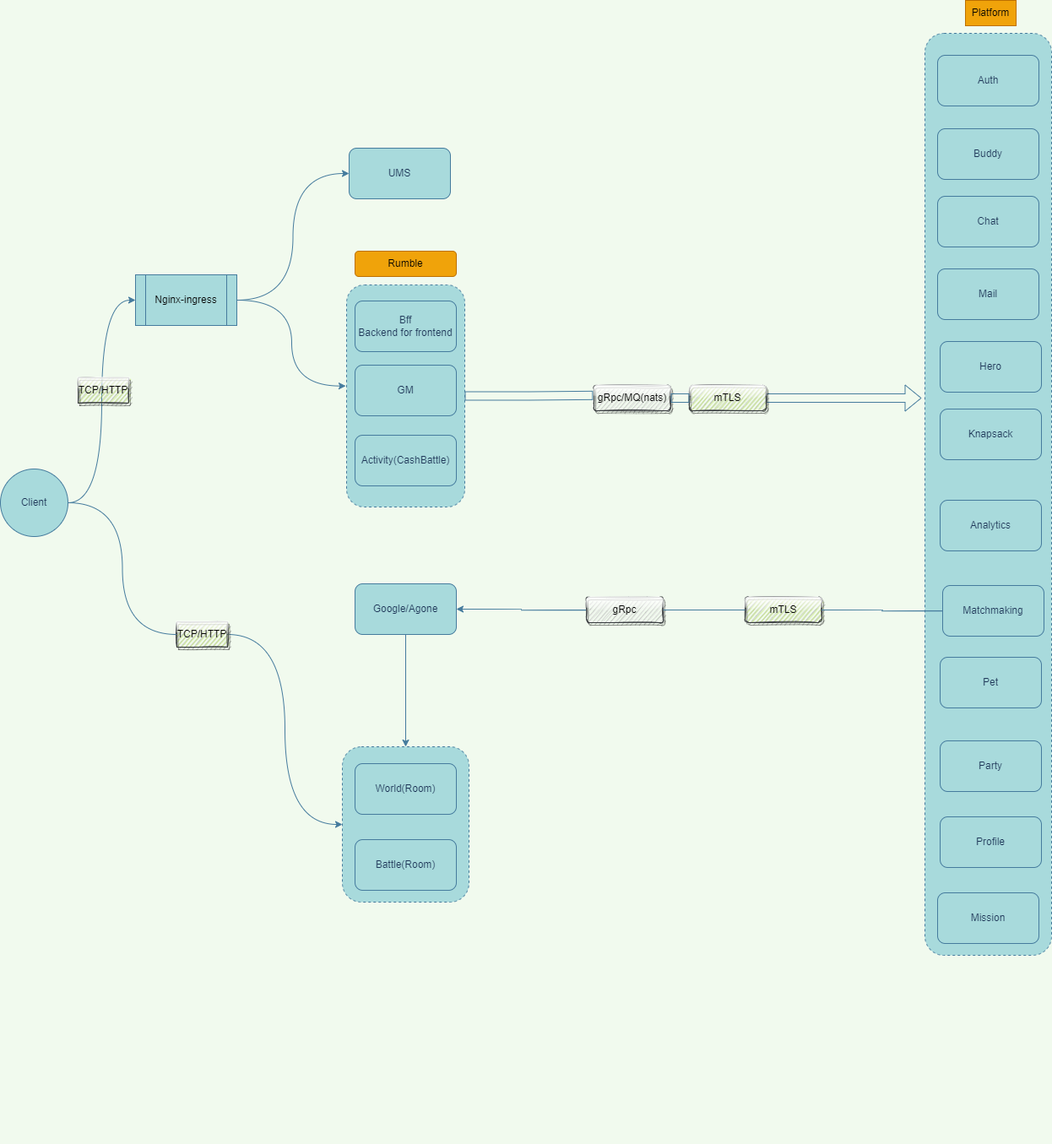
Above: draws/moke.drawio.png in moke-game/ops (draw.io), before the change. Source tidied: cells renumbered, new cells last; positions are measured from the earlier drawing's top-left corner, leaving out a move shared by most shapes.
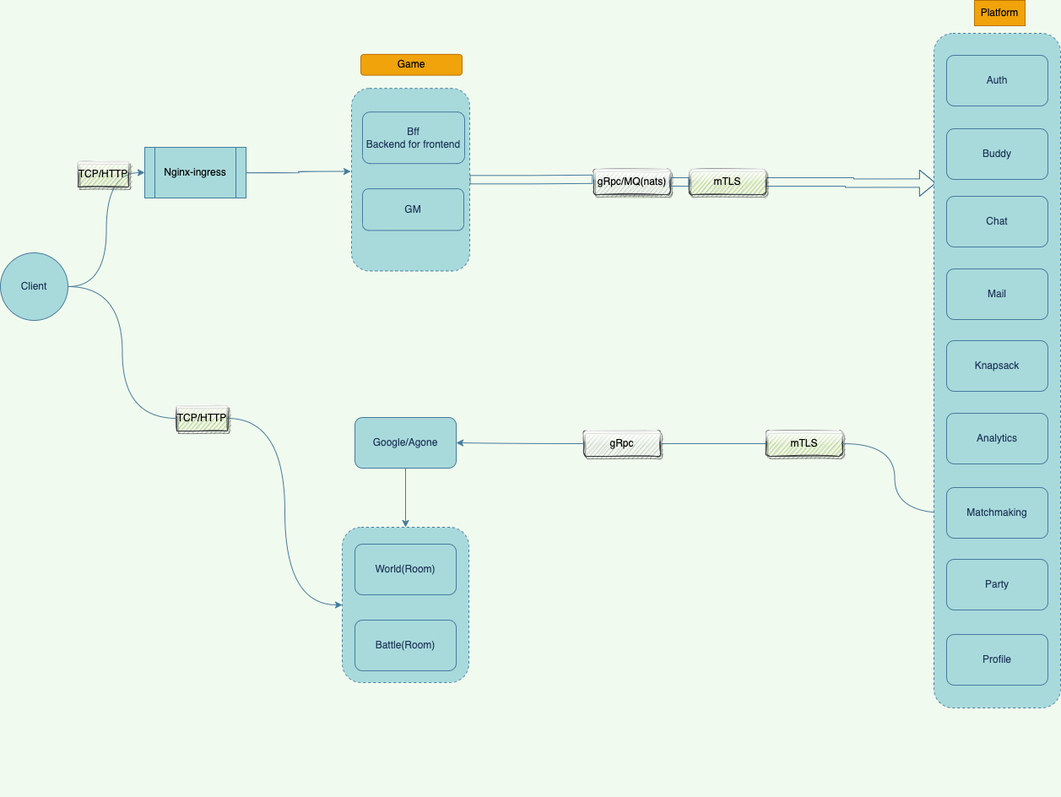
The same file after the commit.

Commit message:
create(ops): add moke game ops

The edit, as a diff of the source:
```diff
@@ -2,77 +2,23 @@
   <root>
     <mxCell id="0" />
     <mxCell id="1" parent="0" />
-    <mxCell id="2" style="edgeStyle=orthogonalEdgeStyle;shape=flexArrow;curved=1;rounded=0;jettySize=auto;html=1;strokeColor=#457B9D;fontColor=#1D3557;labelBackgroundColor=#F1FAEE;startArrow=none;" parent="1" edge="1" source="44">
+    <mxCell id="2" style="edgeStyle=orthogonalEdgeStyle;shape=flexArrow;curved=1;rounded=0;jettySize=auto;html=1;strokeColor=#457B9D;fontColor=#1D3557;labelBackgroundColor=#F1FAEE;startArrow=none;entryX=0.016;entryY=0.222;entryDx=0;entryDy=0;entryPerimeter=0;" parent="1" edge="1" source="44" target="10">
       <mxGeometry relative="1" as="geometry">
-        <mxPoint x="1091" y="471" as="targetPoint" />
+        <Array as="points">
+          <mxPoint x="1006" y="573" />
+          <mxPoint x="1006" y="574" />
+        </Array>
       </mxGeometry>
     </mxCell>
-    <mxCell id="3" style="rounded=1;whiteSpace=wrap;html=1;dashed=1;fillColor=#A8DADC;strokeColor=#457B9D;fontColor=#1D3557;" parent="1" vertex="1">
-      <mxGeometry x="410" y="337" width="140" height="263" as="geometry" />
-    </mxCell>
-    <mxCell id="4" value="Bff&lt;br&gt;Backend for frontend&lt;b&gt;&lt;br&gt;&lt;/b&gt;" style="rounded=1;whiteSpace=wrap;html=1;fillColor=#A8DADC;strokeColor=#457B9D;fontColor=#1D3557;" parent="1" vertex="1">
-      <mxGeometry x="420" y="356" width="120" height="60" as="geometry" />
-    </mxCell>
-    <mxCell id="5" value="Rumble" style="text;html=1;strokeColor=#BD7000;fillColor=#f0a30a;align=center;verticalAlign=middle;whiteSpace=wrap;rounded=1;fontColor=#000000;" parent="1" vertex="1">
-      <mxGeometry x="420" y="297" width="120" height="30" as="geometry" />
-    </mxCell>
     <mxCell id="6" style="edgeStyle=orthogonalEdgeStyle;rounded=0;jettySize=auto;html=1;entryX=0;entryY=0.5;entryDx=0;entryDy=0;fontColor=#1D3557;strokeColor=#457B9D;curved=1;labelBackgroundColor=#F1FAEE;" parent="1" edge="1" source="7" target="30">
       <mxGeometry relative="1" as="geometry" />
     </mxCell>
     <mxCell id="7" value="Client" style="ellipse;whiteSpace=wrap;html=1;fillColor=#A8DADC;strokeColor=#457B9D;fontColor=#1D3557;rounded=1;" parent="1" vertex="1">
-      <mxGeometry y="555" width="80" height="80" as="geometry" />
+      <mxGeometry y="657" width="80" height="80" as="geometry" />
     </mxCell>
-    <mxCell id="8" value="GM" style="rounded=1;whiteSpace=wrap;html=1;fillColor=#A8DADC;fontColor=#1D3557;strokeColor=#457B9D;" parent="1" vertex="1">
-      <mxGeometry x="420" y="432" width="120" height="60" as="geometry" />
-    </mxCell>
-    <mxCell id="9" style="group;rounded=1;fontColor=#1D3557;" parent="1" vertex="1">
-      <mxGeometry x="1095" width="150" height="1354" as="geometry" />
+    <mxCell id="9" style="group;rounded=1;" parent="1" vertex="1">
+      <mxGeometry x="1106" y="358" width="150" height="943" as="geometry" />
     </mxCell>
-    <mxCell id="10" style="rounded=1;whiteSpace=wrap;html=1;dashed=1;fillColor=#A8DADC;strokeColor=#457B9D;fontColor=#1D3557;" parent="9" vertex="1">
-      <mxGeometry y="39" width="150" height="1092" as="geometry" />
-    </mxCell>
-    <mxCell id="11" value="Auth" style="rounded=1;whiteSpace=wrap;html=1;fillColor=#A8DADC;fontColor=#1D3557;strokeColor=#457B9D;" parent="9" vertex="1">
-      <mxGeometry x="15" y="65" width="120" height="60" as="geometry" />
-    </mxCell>
-    <mxCell id="12" value="Buddy" style="rounded=1;whiteSpace=wrap;html=1;fillColor=#A8DADC;fontColor=#1D3557;strokeColor=#457B9D;" parent="9" vertex="1">
-      <mxGeometry x="15" y="152" width="120" height="60" as="geometry" />
-    </mxCell>
-    <mxCell id="13" value="Chat" style="rounded=1;whiteSpace=wrap;html=1;fillColor=#A8DADC;fontColor=#1D3557;strokeColor=#457B9D;" parent="9" vertex="1">
-      <mxGeometry x="15" y="232" width="120" height="60" as="geometry" />
-    </mxCell>
-    <mxCell id="14" value="Analytics" style="rounded=1;whiteSpace=wrap;html=1;fillColor=#A8DADC;fontColor=#1D3557;strokeColor=#457B9D;" parent="9" vertex="1">
-      <mxGeometry x="18" y="592" width="120" height="60" as="geometry" />
-    </mxCell>
-    <mxCell id="15" value="Hero" style="rounded=1;whiteSpace=wrap;html=1;fillColor=#A8DADC;fontColor=#1D3557;strokeColor=#457B9D;" parent="9" vertex="1">
-      <mxGeometry x="18" y="404" width="120" height="60" as="geometry" />
-    </mxCell>
-    <mxCell id="16" value="Knapsack" style="rounded=1;whiteSpace=wrap;html=1;fillColor=#A8DADC;fontColor=#1D3557;strokeColor=#457B9D;" parent="9" vertex="1">
-      <mxGeometry x="18" y="484" width="120" height="60" as="geometry" />
-    </mxCell>
-    <mxCell id="17" value="Pet" style="rounded=1;whiteSpace=wrap;html=1;fillColor=#A8DADC;fontColor=#1D3557;strokeColor=#457B9D;" parent="9" vertex="1">
-      <mxGeometry x="18" y="778" width="120" height="60" as="geometry" />
-    </mxCell>
-    <mxCell id="18" value="Party" style="rounded=1;whiteSpace=wrap;html=1;fillColor=#A8DADC;fontColor=#1D3557;strokeColor=#457B9D;" parent="9" vertex="1">
-      <mxGeometry x="18" y="877" width="120" height="60" as="geometry" />
-    </mxCell>
-    <mxCell id="19" value="Profile" style="rounded=1;whiteSpace=wrap;html=1;fillColor=#A8DADC;fontColor=#1D3557;strokeColor=#457B9D;" parent="9" vertex="1">
-      <mxGeometry x="18" y="967" width="120" height="60" as="geometry" />
-    </mxCell>
-    <mxCell id="20" value="Mission" style="rounded=1;whiteSpace=wrap;html=1;fillColor=#A8DADC;fontColor=#1D3557;strokeColor=#457B9D;" parent="9" vertex="1">
-      <mxGeometry x="15" y="1057" width="120" height="60" as="geometry" />
-    </mxCell>
-    <mxCell id="21" style="edgeStyle=orthogonalEdgeStyle;curved=1;rounded=0;orthogonalLoop=1;jettySize=auto;html=1;exitX=0.5;exitY=1;exitDx=0;exitDy=0;strokeColor=#457B9D;fontColor=#1D3557;labelBackgroundColor=#F1FAEE;" parent="9" edge="1" source="12" target="12">
-      <mxGeometry relative="1" as="geometry" />
-    </mxCell>
-    <mxCell id="22" value="Matchmaking&lt;br&gt;" style="rounded=1;whiteSpace=wrap;html=1;fillColor=#A8DADC;fontColor=#1D3557;strokeColor=#457B9D;" parent="9" vertex="1">
-      <mxGeometry x="21" y="693" width="120" height="60" as="geometry" />
-    </mxCell>
-    <mxCell id="23" value="Mail" style="rounded=1;whiteSpace=wrap;html=1;fillColor=#A8DADC;fontColor=#1D3557;strokeColor=#457B9D;" parent="9" vertex="1">
-      <mxGeometry x="15" y="318" width="120" height="60" as="geometry" />
-    </mxCell>
-    <mxCell id="24" value="Platform" style="text;html=1;strokeColor=#BD7000;fillColor=#f0a30a;align=center;verticalAlign=middle;whiteSpace=wrap;rounded=0;fontColor=#000000;" parent="9" vertex="1">
-      <mxGeometry x="48" width="60" height="30" as="geometry" />
-    </mxCell>
     <mxCell id="25" style="edgeStyle=orthogonalEdgeStyle;rounded=1;jettySize=auto;html=1;entryX=0;entryY=0.5;entryDx=0;entryDy=0;curved=1;labelBackgroundColor=#F1FAEE;strokeColor=#457B9D;fontColor=#1D3557;startArrow=none;" parent="1" edge="1" source="40" target="33">
       <mxGeometry relative="1" as="geometry" />
     </mxCell>
@@ -85,14 +31,11 @@
     <mxCell id="28" style="edgeStyle=orthogonalEdgeStyle;curved=1;rounded=0;jettySize=auto;html=1;entryX=-0.007;entryY=0.455;entryDx=0;entryDy=0;entryPerimeter=0;strokeColor=#457B9D;fontColor=#1D3557;labelBackgroundColor=#F1FAEE;" parent="1" edge="1" source="30" target="3">
       <mxGeometry relative="1" as="geometry" />
     </mxCell>
-    <mxCell id="29" style="edgeStyle=orthogonalEdgeStyle;rounded=0;jettySize=auto;html=1;entryX=0;entryY=0.5;entryDx=0;entryDy=0;strokeColor=#457B9D;fontColor=#1D3557;fillColor=#A8DADC;curved=1;" parent="1" edge="1" source="30" target="38">
-      <mxGeometry relative="1" as="geometry" />
-    </mxCell>
     <mxCell id="30" value="&lt;font style=&quot;&quot; color=&quot;#000000&quot;&gt;Nginx-ingress&lt;/font&gt;" style="shape=process;whiteSpace=wrap;html=1;backgroundOutline=1;fillColor=#A8DADC;strokeColor=#457B9D;fontColor=#1D3557;" parent="1" vertex="1">
-      <mxGeometry x="160" y="325" width="120" height="60" as="geometry" />
+      <mxGeometry x="171" y="532" width="120" height="60" as="geometry" />
     </mxCell>
     <mxCell id="31" style="group;fontColor=#1D3557;" parent="1" vertex="1">
-      <mxGeometry x="405" y="884" width="150" height="184" as="geometry" />
+      <mxGeometry x="405" y="982" width="150" height="184" as="geometry" />
     </mxCell>
     <mxCell id="32" style="group;fontColor=#1D3557;" parent="31" vertex="1">
       <mxGeometry width="150" height="184" as="geometry" />
@@ -107,46 +50,103 @@
       <mxGeometry x="15" y="110" width="120" height="60" as="geometry" />
     </mxCell>
     <mxCell id="36" value="Google/Agone" style="rounded=1;whiteSpace=wrap;html=1;fillColor=#A8DADC;fontColor=#1D3557;strokeColor=#457B9D;" parent="1" vertex="1">
-      <mxGeometry x="420" y="691" width="120" height="60" as="geometry" />
+      <mxGeometry x="420" y="852" width="120" height="60" as="geometry" />
     </mxCell>
-    <mxCell id="37" value="Activity(CashBattle)" style="rounded=1;whiteSpace=wrap;html=1;fillColor=#A8DADC;fontColor=#1D3557;strokeColor=#457B9D;" parent="1" vertex="1">
-      <mxGeometry x="420" y="515" width="120" height="60" as="geometry" />
-    </mxCell>
-    <mxCell id="38" value="UMS" style="rounded=1;whiteSpace=wrap;html=1;fillColor=#A8DADC;strokeColor=#457B9D;fontColor=#1D3557;" parent="1" vertex="1">
-      <mxGeometry x="413" y="175" width="120" height="60" as="geometry" />
-    </mxCell>
     <mxCell id="39" value="TCP/HTTP" style="text;html=1;strokeColor=#36393d;fillColor=#cdeb8b;align=center;verticalAlign=middle;whiteSpace=wrap;rounded=0;shadow=1;glass=1;sketch=1;fontColor=#000000;" parent="1" vertex="1">
-      <mxGeometry x="92" y="447" width="60" height="30" as="geometry" />
+      <mxGeometry x="92" y="549" width="60" height="30" as="geometry" />
     </mxCell>
     <mxCell id="40" value="TCP/HTTP" style="text;html=1;strokeColor=#36393d;fillColor=#cdeb8b;align=center;verticalAlign=middle;whiteSpace=wrap;rounded=0;shadow=1;glass=1;sketch=1;fontColor=#000000;" parent="1" vertex="1">
-      <mxGeometry x="209" y="736" width="60" height="30" as="geometry" />
+      <mxGeometry x="209" y="838" width="60" height="30" as="geometry" />
     </mxCell>
     <mxCell id="41" style="edgeStyle=orthogonalEdgeStyle;rounded=1;jettySize=auto;html=1;entryX=0;entryY=0.5;entryDx=0;entryDy=0;curved=1;labelBackgroundColor=#F1FAEE;strokeColor=#457B9D;fontColor=#1D3557;endArrow=none;" parent="1" edge="1" source="7" target="40">
       <mxGeometry relative="1" as="geometry" />
     </mxCell>
     <mxCell id="42" value="&lt;font color=&quot;#000000&quot;&gt;gRpc/MQ(nats)&lt;/font&gt;" style="text;html=1;fillColor=#eeeeee;align=center;verticalAlign=middle;whiteSpace=wrap;rounded=1;strokeColor=#36393d;glass=1;sketch=1;shadow=1;" parent="1" vertex="1">
-      <mxGeometry x="703" y="456" width="91" height="30" as="geometry" />
+      <mxGeometry x="703" y="558" width="91" height="30" as="geometry" />
     </mxCell>
     <mxCell id="43" style="edgeStyle=orthogonalEdgeStyle;shape=flexArrow;curved=1;rounded=0;jettySize=auto;html=1;entryX=-0.013;entryY=0.394;entryDx=0;entryDy=0;entryPerimeter=0;strokeColor=#457B9D;fontColor=#1D3557;labelBackgroundColor=#F1FAEE;endArrow=none;" parent="1" edge="1" source="3" target="42">
       <mxGeometry relative="1" as="geometry" />
     </mxCell>
     <mxCell id="44" value="mTLS" style="text;html=1;fillColor=#cdeb8b;align=center;verticalAlign=middle;whiteSpace=wrap;rounded=1;strokeColor=#36393d;glass=1;fontColor=#000000;sketch=1;shadow=1;" parent="1" vertex="1">
-      <mxGeometry x="816" y="456" width="91" height="30" as="geometry" />
+      <mxGeometry x="816" y="558" width="91" height="30" as="geometry" />
     </mxCell>
     <mxCell id="45" style="edgeStyle=orthogonalEdgeStyle;shape=flexArrow;curved=1;rounded=0;jettySize=auto;html=1;strokeColor=#457B9D;fontColor=#1D3557;labelBackgroundColor=#F1FAEE;startArrow=none;endArrow=none;" parent="1" edge="1" source="42" target="44">
       <mxGeometry relative="1" as="geometry" />
     </mxCell>
     <mxCell id="46" value="mTLS" style="text;html=1;fillColor=#cdeb8b;align=center;verticalAlign=middle;whiteSpace=wrap;rounded=1;strokeColor=#36393d;glass=1;fontColor=#000000;sketch=1;shadow=1;" parent="1" vertex="1">
-      <mxGeometry x="882" y="707" width="91" height="30" as="geometry" />
+      <mxGeometry x="907" y="868" width="91" height="30" as="geometry" />
     </mxCell>
     <mxCell id="47" style="edgeStyle=orthogonalEdgeStyle;rounded=1;jettySize=auto;html=1;entryX=1;entryY=0.5;entryDx=0;entryDy=0;curved=1;labelBackgroundColor=#F1FAEE;strokeColor=#457B9D;fontColor=#1D3557;exitX=0;exitY=0.5;exitDx=0;exitDy=0;endArrow=none;" parent="1" edge="1" source="22" target="46">
       <mxGeometry relative="1" as="geometry" />
     </mxCell>
     <mxCell id="48" value="&lt;font color=&quot;#000000&quot;&gt;gRpc&lt;/font&gt;" style="text;html=1;fillColor=#eeeeee;align=center;verticalAlign=middle;whiteSpace=wrap;rounded=1;strokeColor=#36393d;glass=1;sketch=1;shadow=1;" parent="1" vertex="1">
-      <mxGeometry x="694" y="707" width="91" height="30" as="geometry" />
+      <mxGeometry x="691" y="868" width="91" height="30" as="geometry" />
     </mxCell>
     <mxCell id="49" style="edgeStyle=orthogonalEdgeStyle;rounded=1;jettySize=auto;html=1;entryX=1;entryY=0.5;entryDx=0;entryDy=0;curved=1;labelBackgroundColor=#F1FAEE;strokeColor=#457B9D;fontColor=#1D3557;exitX=0;exitY=0.5;exitDx=0;exitDy=0;startArrow=none;endArrow=none;" parent="1" edge="1" source="46" target="48">
       <mxGeometry relative="1" as="geometry" />
     </mxCell>
+    <mxCell id="50" style="group;" parent="1" vertex="1">
+      <mxGeometry x="407" y="397" width="148" height="259" as="geometry" />
+    </mxCell>
+    <mxCell id="51" style="group;" parent="50" vertex="1">
+      <mxGeometry x="-2" y="31.5" width="150" height="259" as="geometry" />
+    </mxCell>
+    <mxCell id="52" style="group;" parent="51" vertex="1">
+      <mxGeometry x="11" y="-6.6" width="140" height="256.5" as="geometry" />
+    </mxCell>
+    <mxCell id="5" value="Game" style="text;html=1;strokeColor=#BD7000;fillColor=#f0a30a;align=center;verticalAlign=middle;whiteSpace=wrap;rounded=1;fontColor=#000000;" parent="52" vertex="1">
+      <mxGeometry x="11" width="120" height="24.7" as="geometry" />
+    </mxCell>
+    <mxCell id="53" style="group;" parent="52" vertex="1">
+      <mxGeometry y="40.3" width="140" height="216.2" as="geometry" />
+    </mxCell>
+    <mxCell id="3" style="rounded=1;whiteSpace=wrap;html=1;dashed=1;fillColor=#A8DADC;strokeColor=#457B9D;fontColor=#1D3557;" parent="53" vertex="1">
+      <mxGeometry width="140" height="216.2" as="geometry" />
+    </mxCell>
+    <mxCell id="4" value="Bff&lt;br&gt;Backend for frontend&lt;b&gt;&lt;br&gt;&lt;/b&gt;" style="rounded=1;whiteSpace=wrap;html=1;fillColor=#A8DADC;strokeColor=#457B9D;fontColor=#1D3557;" parent="53" vertex="1">
+      <mxGeometry x="13" y="28" width="121" height="61" as="geometry" />
+    </mxCell>
+    <mxCell id="8" value="GM" style="rounded=1;whiteSpace=wrap;html=1;fillColor=#A8DADC;fontColor=#1D3557;strokeColor=#457B9D;" parent="53" vertex="1">
+      <mxGeometry x="13" y="118.9" width="120" height="49.3" as="geometry" />
+    </mxCell>
+    <mxCell id="54" style="group;" parent="1" vertex="1">
+      <mxGeometry x="1106" y="358" width="150" height="838" as="geometry" />
+    </mxCell>
+    <mxCell id="10" style="rounded=1;whiteSpace=wrap;html=1;dashed=1;fillColor=#A8DADC;strokeColor=#457B9D;fontColor=#1D3557;" parent="54" vertex="1">
+      <mxGeometry y="39" width="150" height="799" as="geometry" />
+    </mxCell>
+    <mxCell id="11" value="Auth" style="rounded=1;whiteSpace=wrap;html=1;fillColor=#A8DADC;fontColor=#1D3557;strokeColor=#457B9D;" parent="54" vertex="1">
+      <mxGeometry x="15" y="65" width="120" height="60" as="geometry" />
+    </mxCell>
+    <mxCell id="12" value="Buddy" style="rounded=1;whiteSpace=wrap;html=1;fillColor=#A8DADC;fontColor=#1D3557;strokeColor=#457B9D;" parent="54" vertex="1">
+      <mxGeometry x="15" y="152" width="120" height="60" as="geometry" />
+    </mxCell>
+    <mxCell id="13" value="Chat" style="rounded=1;whiteSpace=wrap;html=1;fillColor=#A8DADC;fontColor=#1D3557;strokeColor=#457B9D;" parent="54" vertex="1">
+      <mxGeometry x="15" y="232" width="120" height="60" as="geometry" />
+    </mxCell>
+    <mxCell id="14" value="Analytics" style="rounded=1;whiteSpace=wrap;html=1;fillColor=#A8DADC;fontColor=#1D3557;strokeColor=#457B9D;" parent="54" vertex="1">
+      <mxGeometry x="15" y="489" width="120" height="60" as="geometry" />
+    </mxCell>
+    <mxCell id="16" value="Knapsack" style="rounded=1;whiteSpace=wrap;html=1;fillColor=#A8DADC;fontColor=#1D3557;strokeColor=#457B9D;" parent="54" vertex="1">
+      <mxGeometry x="15" y="403" width="120" height="60" as="geometry" />
+    </mxCell>
+    <mxCell id="18" value="Party" style="rounded=1;whiteSpace=wrap;html=1;fillColor=#A8DADC;fontColor=#1D3557;strokeColor=#457B9D;" parent="54" vertex="1">
+      <mxGeometry x="15" y="662" width="120" height="60" as="geometry" />
+    </mxCell>
+    <mxCell id="19" value="Profile" style="rounded=1;whiteSpace=wrap;html=1;fillColor=#A8DADC;fontColor=#1D3557;strokeColor=#457B9D;" parent="54" vertex="1">
+      <mxGeometry x="15" y="751" width="120" height="60" as="geometry" />
+    </mxCell>
+    <mxCell id="21" style="edgeStyle=orthogonalEdgeStyle;curved=1;rounded=0;orthogonalLoop=1;jettySize=auto;html=1;exitX=0.5;exitY=1;exitDx=0;exitDy=0;strokeColor=#457B9D;fontColor=#1D3557;labelBackgroundColor=#F1FAEE;" parent="54" edge="1" source="12" target="12">
+      <mxGeometry relative="1" as="geometry" />
+    </mxCell>
+    <mxCell id="22" value="Matchmaking&lt;br&gt;" style="rounded=1;whiteSpace=wrap;html=1;fillColor=#A8DADC;fontColor=#1D3557;strokeColor=#457B9D;" parent="54" vertex="1">
+      <mxGeometry x="15" y="577" width="120" height="60" as="geometry" />
+    </mxCell>
+    <mxCell id="23" value="Mail" style="rounded=1;whiteSpace=wrap;html=1;fillColor=#A8DADC;fontColor=#1D3557;strokeColor=#457B9D;" parent="54" vertex="1">
+      <mxGeometry x="15" y="318" width="120" height="60" as="geometry" />
+    </mxCell>
+    <mxCell id="24" value="Platform" style="text;html=1;strokeColor=#BD7000;fillColor=#f0a30a;align=center;verticalAlign=middle;whiteSpace=wrap;rounded=0;fontColor=#000000;" parent="54" vertex="1">
+      <mxGeometry x="48" width="60" height="30" as="geometry" />
+    </mxCell>
   </root>
 </mxGraphModel>
```
